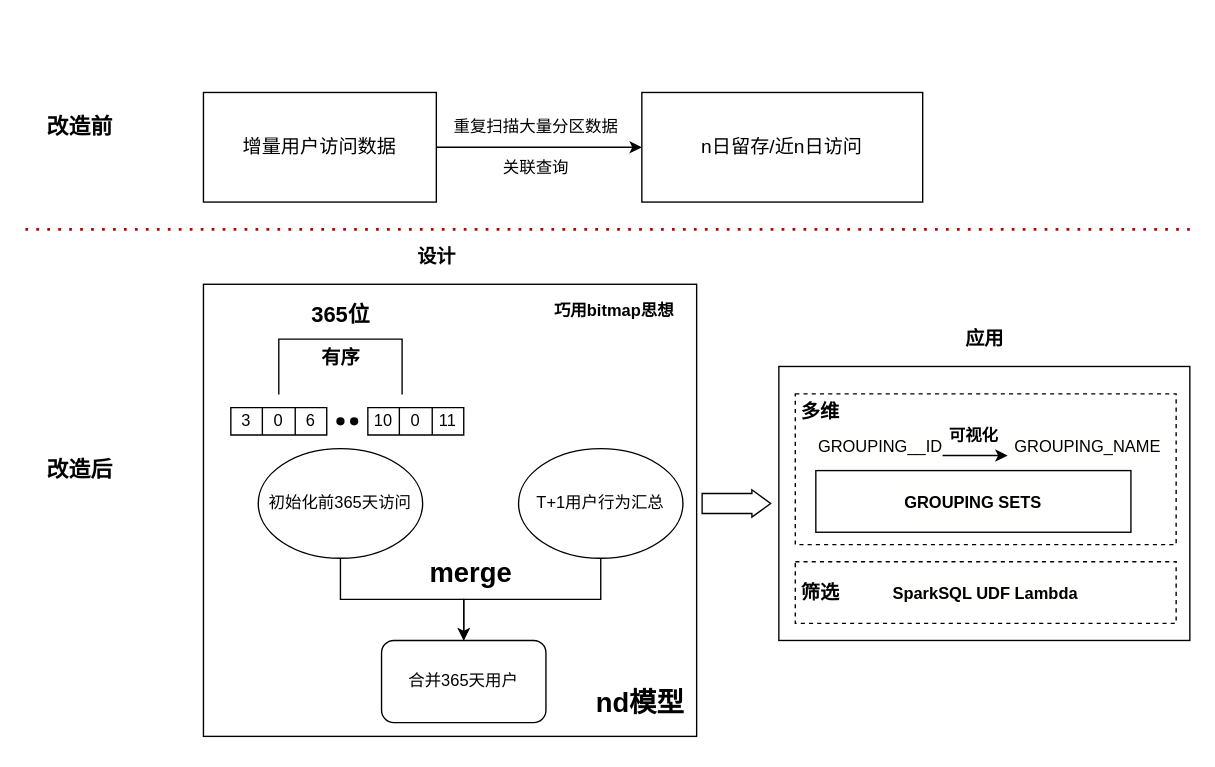
This is nd模型原理图.drawio from mineminemine123/work-wiki, a draw.io file, before an edit. Source tidied: cells renumbered, new cells numbered last; positions are measured from the earlier drawing's top-left corner, leaving out a move shared by most shapes. Both pictures are drawn from the tidied source at 137%, with x=0, y=0 at pixel (25, 92).
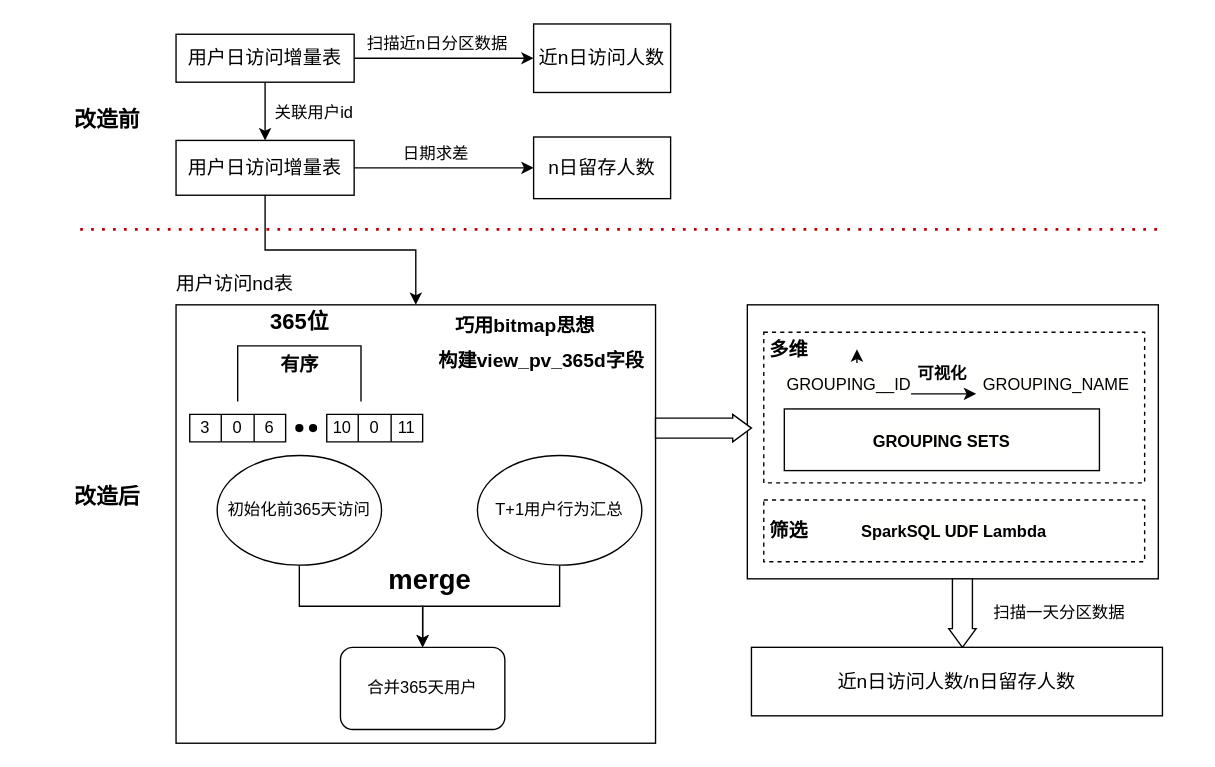
The same page after the edit.

Commit message:
更新nd模型原理图.drawio

What changed in the source:
```diff
@@
     <mxCell id="2" style="rounded=0;whiteSpace=wrap;html=1;fontFamily=微软雅黑;" parent="1" vertex="1">
-      <mxGeometry x="550" y="200" width="300" height="200" as="geometry" />
+      <mxGeometry x="527" y="155" width="300" height="200" as="geometry" />
     </mxCell>
     <mxCell id="3" style="rounded=0;whiteSpace=wrap;html=1;fontSize=14;fontColor=#000000;fontFamily=微软雅黑;dashed=1;" parent="1" vertex="1">
-      <mxGeometry x="562" y="220" width="278" height="110" as="geometry" />
+      <mxGeometry x="539" y="175" width="278" height="110" as="geometry" />
     </mxCell>
     <mxCell id="4" style="rounded=0;whiteSpace=wrap;html=1;fontFamily=微软雅黑;" parent="1" vertex="1">
-      <mxGeometry x="130" y="140" width="360" height="330" as="geometry" />
+      <mxGeometry x="110" y="155" width="350" height="320" as="geometry" />
     </mxCell>
@@
     <mxCell id="6" value="初始化前365天访问" style="ellipse;whiteSpace=wrap;html=1;fontFamily=微软雅黑;" parent="1" vertex="1">
-      <mxGeometry x="170" y="260" width="120" height="80" as="geometry" />
+      <mxGeometry x="140" y="265" width="120" height="80" as="geometry" />
     </mxCell>
@@
     <mxCell id="8" value="T+1用户行为汇总" style="ellipse;whiteSpace=wrap;html=1;fontFamily=微软雅黑;" parent="1" vertex="1">
-      <mxGeometry x="360" y="260" width="120" height="80" as="geometry" />
+      <mxGeometry x="330" y="265" width="120" height="80" as="geometry" />
     </mxCell>
     <mxCell id="9" style="shape=table;html=1;whiteSpace=wrap;startSize=0;childLayout=tableLayout;fontFamily=微软雅黑;" parent="1" vertex="1">
-      <mxGeometry x="150" y="230" width="70" height="20" as="geometry" />
+      <mxGeometry x="120" y="235" width="70" height="20" as="geometry" />
     </mxCell>
@@
     <mxCell id="14" style="shape=table;html=1;whiteSpace=wrap;startSize=0;childLayout=tableLayout;fontFamily=微软雅黑;" parent="1" vertex="1">
-      <mxGeometry x="250" y="230" width="70" height="20" as="geometry" />
+      <mxGeometry x="220" y="235" width="70" height="20" as="geometry" />
     </mxCell>
@@
     <mxCell id="19" value="&lt;font style=&quot;font-size: 16px;&quot;&gt;365位&lt;/font&gt;" style="text;strokeColor=none;fillColor=none;html=1;fontSize=20;fontStyle=1;verticalAlign=middle;align=center;fontFamily=微软雅黑;" parent="1" vertex="1">
-      <mxGeometry x="180" y="140" width="100" height="40" as="geometry" />
+      <mxGeometry x="150" y="145" width="100" height="40" as="geometry" />
     </mxCell>
     <mxCell id="20" style="shape=waypoint;fillStyle=solid;size=6;fillColor=none;perimeter=centerPerimeter;fontFamily=微软雅黑;" parent="1" vertex="1">
-      <mxGeometry x="210" y="220" width="40" height="40" as="geometry" />
+      <mxGeometry x="180" y="225" width="40" height="40" as="geometry" />
     </mxCell>
     <mxCell id="21" style="shape=waypoint;fillStyle=solid;size=6;fillColor=none;perimeter=centerPerimeter;fontFamily=微软雅黑;" parent="1" vertex="1">
-      <mxGeometry x="220" y="220" width="40" height="40" as="geometry" />
+      <mxGeometry x="190" y="225" width="40" height="40" as="geometry" />
     </mxCell>
     <mxCell id="22" style="shape=waypoint;fillStyle=solid;size=6;fillColor=none;perimeter=centerPerimeter;strokeWidth=0;dashed=1;fontFamily=微软雅黑;" parent="1" vertex="1">
-      <mxGeometry x="210" y="220" width="40" height="40" as="geometry" />
+      <mxGeometry x="180" y="225" width="40" height="40" as="geometry" />
     </mxCell>
     <mxCell id="23" value="merge" style="text;strokeColor=none;fillColor=none;html=1;fontSize=20;fontStyle=1;verticalAlign=middle;align=center;fontFamily=微软雅黑;" parent="1" vertex="1">
-      <mxGeometry x="275" y="330" width="100" height="40" as="geometry" />
+      <mxGeometry x="245" y="335" width="100" height="40" as="geometry" />
     </mxCell>
     <mxCell id="24" value="&lt;span&gt;合并365天用户&lt;/span&gt;" style="rounded=1;whiteSpace=wrap;html=1;fontFamily=微软雅黑;" parent="1" vertex="1">
-      <mxGeometry x="260" y="400" width="120" height="60" as="geometry" />
+      <mxGeometry x="230" y="405" width="120" height="60" as="geometry" />
     </mxCell>
-    <mxCell id="25" value="巧用bitmap思想" style="text;html=1;strokeColor=none;fillColor=none;align=center;verticalAlign=middle;whiteSpace=wrap;rounded=0;fontStyle=1;fontFamily=微软雅黑;" parent="1" vertex="1">
-      <mxGeometry x="375" y="145" width="110" height="30" as="geometry" />
+    <mxCell id="25" value="&lt;font style=&quot;font-size: 14px;&quot;&gt;巧用bitmap思想&lt;/font&gt;" style="text;html=1;strokeColor=none;fillColor=none;align=center;verticalAlign=middle;whiteSpace=wrap;rounded=0;fontStyle=1;fontFamily=微软雅黑;" parent="1" vertex="1">
+      <mxGeometry x="310" y="155" width="110" height="30" as="geometry" />
     </mxCell>
-    <mxCell id="26" value="&lt;b&gt;&lt;font&gt;nd模型&lt;/font&gt;&lt;/b&gt;" style="text;html=1;strokeColor=none;fillColor=none;align=center;verticalAlign=middle;whiteSpace=wrap;rounded=0;fontSize=20;fontFamily=微软雅黑;" parent="1" vertex="1">
-      <mxGeometry x="414" y="430" width="70" height="30" as="geometry" />
+    <mxCell id="26" value="&lt;span style=&quot;font-size: 14px;&quot;&gt;&lt;font style=&quot;font-size: 14px;&quot;&gt;用户访问nd表&lt;/font&gt;&lt;/span&gt;" style="text;html=1;strokeColor=none;fillColor=none;align=center;verticalAlign=middle;whiteSpace=wrap;rounded=0;fontSize=14;fontFamily=微软雅黑;" parent="1" vertex="1">
+      <mxGeometry x="75" y="125" width="156" height="30" as="geometry" />
     </mxCell>
     <mxCell id="27" style="shape=partialRectangle;whiteSpace=wrap;html=1;bottom=1;right=1;left=1;top=0;fillColor=none;routingCenterX=-0.5;rotation=-180;fontFamily=微软雅黑;" parent="1" vertex="1">
-      <mxGeometry x="185" y="180" width="90" height="40" as="geometry" />
+      <mxGeometry x="155" y="185" width="90" height="40" as="geometry" />
     </mxCell>
     <mxCell id="28" value="&lt;font style=&quot;font-size: 14px;&quot;&gt;有序&lt;/font&gt;" style="text;strokeColor=none;fillColor=none;html=1;fontSize=20;fontStyle=1;verticalAlign=middle;align=center;fontFamily=微软雅黑;" parent="1" vertex="1">
-      <mxGeometry x="180" y="166" width="100" height="50" as="geometry" />
+      <mxGeometry x="150" y="171" width="100" height="50" as="geometry" />
     </mxCell>
     <mxCell id="29" value="&lt;div style=&quot;background-color: rgb(255, 255, 254); line-height: 24px;&quot;&gt;&lt;b&gt;GROUPING&amp;nbsp;SETS&lt;/b&gt;&lt;/div&gt;" style="rounded=0;whiteSpace=wrap;html=1;fontFamily=微软雅黑;" parent="1" vertex="1">
-      <mxGeometry x="577" y="276" width="230" height="45" as="geometry" />
+      <mxGeometry x="554" y="231" width="230" height="45" as="geometry" />
     </mxCell>
     <mxCell id="30" style="edgeStyle=orthogonalEdgeStyle;rounded=0;jettySize=auto;html=1;fontSize=14;fontColor=#000000;fontFamily=微软雅黑;" parent="1" edge="1" source="31">
       <mxGeometry relative="1" as="geometry">
-        <mxPoint x="717" y="265" as="targetPoint" />
+        <mxPoint x="694" y="220" as="targetPoint" />
       </mxGeometry>
     </mxCell>
     <mxCell id="31" value="&lt;div style=&quot;color: rgb(0, 0, 0); background-color: rgb(255, 255, 254); font-weight: normal; font-size: 12px; line-height: 24px;&quot;&gt;&lt;div&gt;&lt;span style=&quot;color: #000000;&quot;&gt;GROUPING__ID&lt;/span&gt;&lt;/div&gt;&lt;/div&gt;" style="text;whiteSpace=wrap;html=1;fontSize=14;fontColor=#000000;fontFamily=微软雅黑;" parent="1" vertex="1">
-      <mxGeometry x="577" y="240" width="90" height="50" as="geometry" />
+      <mxGeometry x="554" y="195" width="90" height="50" as="geometry" />
     </mxCell>
     <mxCell id="32" value="&lt;div style=&quot;color: rgb(0, 0, 0); background-color: rgb(255, 255, 254); font-weight: normal; font-size: 12px; line-height: 24px;&quot;&gt;&lt;div&gt;&lt;span style=&quot;color: #000000;&quot;&gt;&amp;nbsp;&lt;/span&gt;GROUPING_NAME&lt;/div&gt;&lt;/div&gt;" style="text;whiteSpace=wrap;html=1;fontSize=14;fontColor=#000000;fontFamily=微软雅黑;" parent="1" vertex="1">
-      <mxGeometry x="717" y="240" width="110" height="50" as="geometry" />
+      <mxGeometry x="694" y="195" width="110" height="50" as="geometry" />
     </mxCell>
     <mxCell id="33" value="&lt;font style=&quot;font-size: 12px;&quot;&gt;可视化&lt;/font&gt;" style="text;strokeColor=none;fillColor=none;html=1;fontSize=14;fontStyle=1;verticalAlign=middle;align=center;fontColor=#000000;fontFamily=微软雅黑;" parent="1" vertex="1">
-      <mxGeometry x="642" y="230" width="100" height="40" as="geometry" />
+      <mxGeometry x="619" y="185" width="100" height="40" as="geometry" />
     </mxCell>
-    <mxCell id="34" value="设计" style="text;strokeColor=none;fillColor=none;html=1;fontSize=14;fontStyle=1;verticalAlign=middle;align=center;fontColor=#000000;fontFamily=微软雅黑;sketch=1;curveFitting=1;jiggle=2;" parent="1" vertex="1">
-      <mxGeometry x="250" y="100" width="100" height="40" as="geometry" />
-    </mxCell>
     <mxCell id="35" value="多维" style="text;strokeColor=none;fillColor=none;html=1;fontSize=14;fontStyle=1;verticalAlign=middle;align=center;fontColor=#000000;fontFamily=微软雅黑;" parent="1" vertex="1">
-      <mxGeometry x="530" y="212.5" width="100" height="40" as="geometry" />
+      <mxGeometry x="507" y="167.5" width="100" height="40" as="geometry" />
     </mxCell>
     <mxCell id="36" value="&lt;div style=&quot;background-color: rgb(255, 255, 254); line-height: 24px;&quot;&gt;&lt;b style=&quot;border-color: var(--border-color); text-align: left;&quot;&gt;SparkSQL UDF Lambda&lt;/b&gt;&lt;br&gt;&lt;/div&gt;" style="rounded=0;whiteSpace=wrap;html=1;fontFamily=微软雅黑;dashed=1;" parent="1" vertex="1">
-      <mxGeometry x="562" y="342.5" width="278" height="45" as="geometry" />
+      <mxGeometry x="539" y="297.5" width="278" height="45" as="geometry" />
     </mxCell>
     <mxCell id="37" style="endArrow=none;dashed=1;html=1;dashPattern=1 3;strokeWidth=2;rounded=0;fontFamily=微软雅黑;strokeColor=#C00000;" parent="1" edge="1">
       <mxGeometry relative="1" as="geometry">
-        <mxPoint y="100" as="sourcePoint" />
-        <mxPoint x="850" y="100" as="targetPoint" />
+        <mxPoint x="40" y="100" as="sourcePoint" />
+        <mxPoint x="830" y="100" as="targetPoint" />
       </mxGeometry>
     </mxCell>
     <mxCell id="38" value="&lt;font size=&quot;1&quot; style=&quot;&quot;&gt;&lt;b style=&quot;font-size: 16px;&quot;&gt;改造后&lt;/b&gt;&lt;/font&gt;" style="text;html=1;strokeColor=none;fillColor=none;align=center;verticalAlign=middle;whiteSpace=wrap;rounded=0;fontFamily=微软雅黑;" parent="1" vertex="1">
-      <mxGeometry x="10" y="260" width="60" height="30" as="geometry" />
+      <mxGeometry x="30" y="280" width="60" height="30" as="geometry" />
     </mxCell>
     <mxCell id="39" value="&lt;font size=&quot;1&quot; style=&quot;&quot;&gt;&lt;b style=&quot;font-size: 16px;&quot;&gt;改造前&lt;/b&gt;&lt;/font&gt;" style="text;html=1;strokeColor=none;fillColor=none;align=center;verticalAlign=middle;whiteSpace=wrap;rounded=0;fontFamily=微软雅黑;" parent="1" vertex="1">
-      <mxGeometry x="10" y="10" width="60" height="30" as="geometry" />
+      <mxGeometry x="30" y="5" width="60" height="30" as="geometry" />
     </mxCell>
@@
+    <mxCell id="48" style="edgeStyle=orthogonalEdgeStyle;rounded=0;jettySize=auto;html=1;exitX=0.5;exitY=1;exitDx=0;exitDy=0;entryX=0.5;entryY=0;entryDx=0;entryDy=0;fontFamily=微软雅黑;" parent="1" edge="1" source="41" target="51">
+      <mxGeometry relative="1" as="geometry" />
+    </mxCell>
-    <mxCell id="41" value="增量用户访问数据" style="rounded=0;whiteSpace=wrap;html=1;fontSize=14;fontFamily=微软雅黑;" parent="1" vertex="1">
-      <mxGeometry x="130" width="170" height="80" as="geometry" />
+    <mxCell id="41" value="用户日访问增量表" style="rounded=0;whiteSpace=wrap;html=1;fontSize=14;fontFamily=微软雅黑;" parent="1" vertex="1">
+      <mxGeometry x="110" y="-42.5" width="130" height="35" as="geometry" />
     </mxCell>
-    <mxCell id="42" value="n日留存/近n日访问" style="rounded=0;whiteSpace=wrap;html=1;fontSize=14;fontFamily=微软雅黑;" parent="1" vertex="1">
-      <mxGeometry x="450" width="205" height="80" as="geometry" />
+    <mxCell id="42" value="近n日访问人数" style="rounded=0;whiteSpace=wrap;html=1;fontSize=14;fontFamily=微软雅黑;" parent="1" vertex="1">
+      <mxGeometry x="371" y="-50" width="100" height="50" as="geometry" />
     </mxCell>
-    <mxCell id="43" value="重复扫描大量分区数据" style="text;html=1;strokeColor=none;fillColor=none;align=center;verticalAlign=middle;whiteSpace=wrap;rounded=0;fontFamily=微软雅黑;" parent="1" vertex="1">
-      <mxGeometry x="303" y="10" width="140" height="30" as="geometry" />
+    <mxCell id="43" value="扫描近n日分区数据" style="text;html=1;strokeColor=none;fillColor=none;align=center;verticalAlign=middle;whiteSpace=wrap;rounded=0;fontFamily=微软雅黑;" parent="1" vertex="1">
+      <mxGeometry x="231" y="-50" width="140" height="30" as="geometry" />
     </mxCell>
-    <mxCell id="44" value="关联查询" style="text;html=1;strokeColor=none;fillColor=none;align=center;verticalAlign=middle;whiteSpace=wrap;rounded=0;fontFamily=微软雅黑;" parent="1" vertex="1">
-      <mxGeometry x="303" y="40" width="140" height="30" as="geometry" />
+    <mxCell id="44" value="关联用户id" style="text;html=1;strokeColor=none;fillColor=none;align=center;verticalAlign=middle;whiteSpace=wrap;rounded=0;fontFamily=微软雅黑;" parent="1" vertex="1">
+      <mxGeometry x="141" width="140" height="30" as="geometry" />
     </mxCell>
     <mxCell id="45" value="筛选" style="text;strokeColor=none;fillColor=none;html=1;fontSize=14;fontStyle=1;verticalAlign=middle;align=center;fontColor=#000000;fontFamily=微软雅黑;" parent="1" vertex="1">
-      <mxGeometry x="530" y="345" width="100" height="40" as="geometry" />
+      <mxGeometry x="507" y="300" width="100" height="40" as="geometry" />
     </mxCell>
-    <mxCell id="46" value="应用" style="text;strokeColor=none;fillColor=none;html=1;fontSize=14;fontStyle=1;verticalAlign=middle;align=center;fontColor=#000000;fontFamily=微软雅黑;sketch=1;curveFitting=1;jiggle=2;" parent="1" vertex="1">
-      <mxGeometry x="650" y="160" width="100" height="40" as="geometry" />
-    </mxCell>
     <mxCell id="47" style="html=1;shadow=0;dashed=0;align=center;verticalAlign=middle;shape=mxgraph.arrows2.arrow;dy=0.27;dx=13.67;notch=0;fontFamily=微软雅黑;" parent="1" vertex="1">
-      <mxGeometry x="494" y="290" width="50" height="20" as="geometry" />
+      <mxGeometry x="460" y="235" width="70" height="20" as="geometry" />
     </mxCell>
+    <mxCell id="49" style="edgeStyle=orthogonalEdgeStyle;rounded=0;jettySize=auto;html=1;exitX=1;exitY=0.5;exitDx=0;exitDy=0;fontFamily=微软雅黑;" parent="1" edge="1" source="51" target="52">
+      <mxGeometry relative="1" as="geometry" />
+    </mxCell>
+    <mxCell id="50" style="edgeStyle=orthogonalEdgeStyle;rounded=0;jettySize=auto;html=1;exitX=0.5;exitY=1;exitDx=0;exitDy=0;fontFamily=微软雅黑;" parent="1" edge="1" source="51" target="4">
+      <mxGeometry relative="1" as="geometry" />
+    </mxCell>
+    <mxCell id="51" value="用户日访问增量表" style="rounded=0;whiteSpace=wrap;html=1;fontSize=14;fontFamily=微软雅黑;" parent="1" vertex="1">
+      <mxGeometry x="110" y="35" width="130" height="40" as="geometry" />
+    </mxCell>
+    <mxCell id="52" value="n日留存人数" style="rounded=0;whiteSpace=wrap;html=1;fontSize=14;fontFamily=微软雅黑;" parent="1" vertex="1">
+      <mxGeometry x="371" y="32.5" width="100" height="45" as="geometry" />
+    </mxCell>
+    <mxCell id="53" value="日期求差" style="text;html=1;strokeColor=none;fillColor=none;align=center;verticalAlign=middle;whiteSpace=wrap;rounded=0;fontFamily=微软雅黑;" parent="1" vertex="1">
+      <mxGeometry x="230" y="30" width="140" height="30" as="geometry" />
+    </mxCell>
+    <mxCell id="54" value="&lt;b&gt;构建view_pv_365d字段&lt;/b&gt;" style="text;html=1;strokeColor=none;fillColor=none;align=center;verticalAlign=middle;whiteSpace=wrap;rounded=0;fontSize=14;fontFamily=微软雅黑;" parent="1" vertex="1">
+      <mxGeometry x="299" y="181" width="156" height="30" as="geometry" />
+    </mxCell>
+    <mxCell id="55" style="html=1;shadow=0;dashed=0;align=center;verticalAlign=middle;shape=mxgraph.arrows2.arrow;dy=0.27;dx=13.67;notch=0;fontFamily=微软雅黑;direction=south;" parent="1" vertex="1">
+      <mxGeometry x="674" y="355" width="20" height="50" as="geometry" />
+    </mxCell>
+    <mxCell id="56" value="近n日访问人数/n日留存人数" style="rounded=0;whiteSpace=wrap;html=1;fontSize=14;fontFamily=微软雅黑;" parent="1" vertex="1">
+      <mxGeometry x="530" y="405" width="300" height="50" as="geometry" />
+    </mxCell>
+    <mxCell id="57" value="扫描一天分区数据" style="text;html=1;strokeColor=none;fillColor=none;align=center;verticalAlign=middle;whiteSpace=wrap;rounded=0;fontFamily=微软雅黑;" parent="1" vertex="1">
+      <mxGeometry x="700" y="375" width="110" height="10" as="geometry" />
+    </mxCell>
+    <mxCell id="58" style="edgeStyle=orthogonalEdgeStyle;rounded=0;orthogonalLoop=1;jettySize=auto;html=1;exitX=1;exitY=0.75;exitDx=0;exitDy=0;entryX=1;entryY=0.5;entryDx=0;entryDy=0;fontFamily=微软雅黑;" parent="1" edge="1" source="35" target="35">
+      <mxGeometry relative="1" as="geometry" />
+    </mxCell>
```
